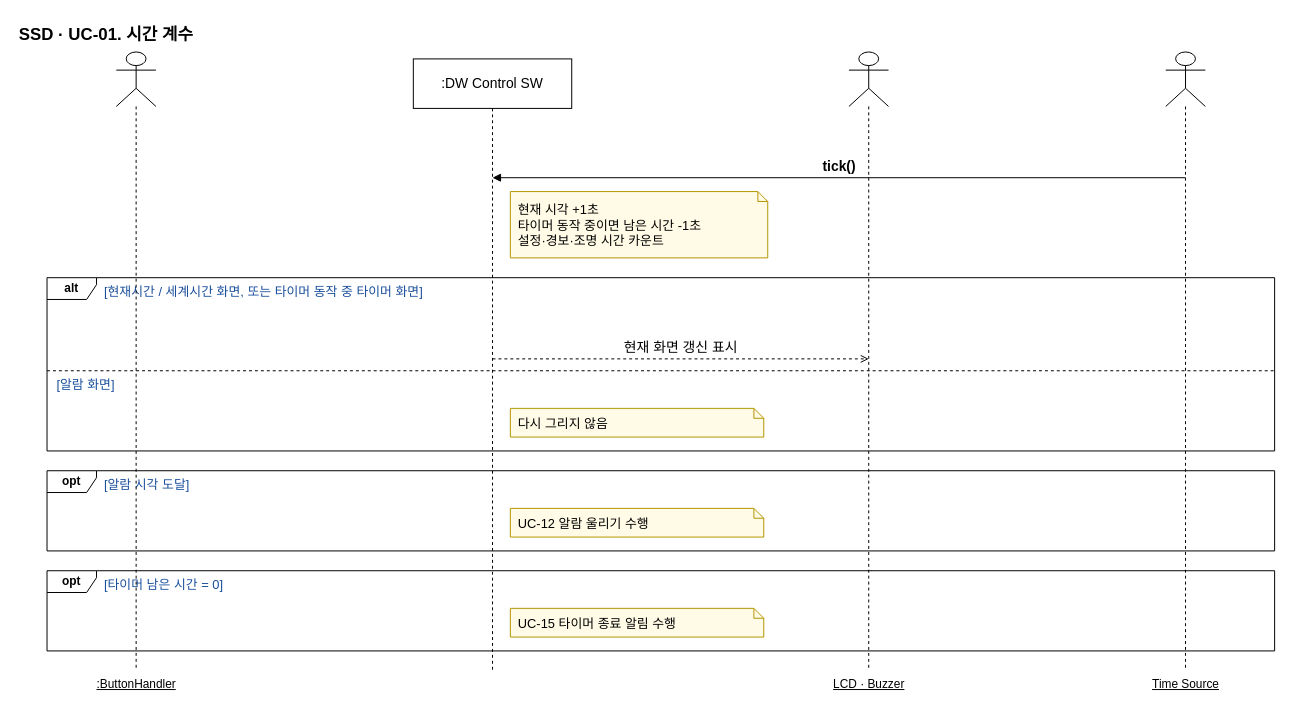
sspring2048/AssoArch keeps this draw.io diagram as page "UC-01" (1 of 12) of docs/OOAD/practice/ssd/DigitalWatch_SSD.drawio. Above is the earlier version. Source tidied: cells renumbered, new cells numbered last; positions are measured from the earlier drawing's top-left corner, leaving out a move shared by most shapes. Both pictures are drawn from the tidied source at 99%, with x=0, y=0 at pixel (17, 17).
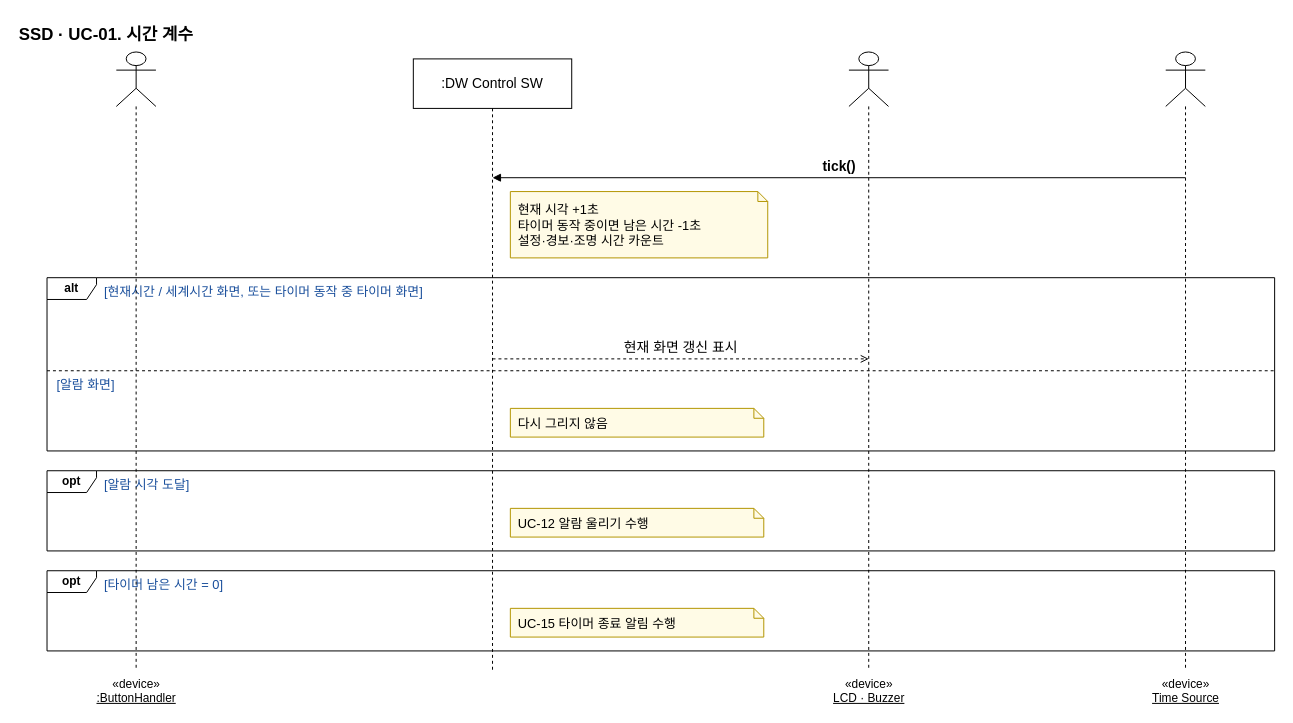
After the change.

Change to the diagram source:
```diff
@@
-    <mxCell id="11" value=":ButtonHandler" style="shape=umlLifeline;participant=umlActor;perimeter=lifelinePerimeter;html=1;size=55;verticalLabelPosition=bottom;verticalAlign=top;fontStyle=4;" parent="1" vertex="1">
+    <mxCell id="11" value="«device»&lt;br&gt;&lt;u&gt;:ButtonHandler&lt;/u&gt;" style="shape=umlLifeline;participant=umlActor;perimeter=lifelinePerimeter;html=1;size=55;verticalLabelPosition=bottom;verticalAlign=top;html=1;" parent="1" vertex="1">
       <mxGeometry x="100" y="35" width="40" height="625" as="geometry" />
     </mxCell>
@@
-    <mxCell id="13" value="LCD · Buzzer" style="shape=umlLifeline;participant=umlActor;perimeter=lifelinePerimeter;html=1;size=55;verticalLabelPosition=bottom;verticalAlign=top;fontStyle=4;" parent="1" vertex="1">
+    <mxCell id="13" value="«device»&lt;br&gt;&lt;u&gt;LCD · Buzzer&lt;/u&gt;" style="shape=umlLifeline;participant=umlActor;perimeter=lifelinePerimeter;html=1;size=55;verticalLabelPosition=bottom;verticalAlign=top;html=1;" parent="1" vertex="1">
       <mxGeometry x="840" y="35" width="40" height="625" as="geometry" />
     </mxCell>
-    <mxCell id="14" value="Time Source" style="shape=umlLifeline;participant=umlActor;perimeter=lifelinePerimeter;html=1;size=55;verticalLabelPosition=bottom;verticalAlign=top;fontStyle=4;" parent="1" vertex="1">
+    <mxCell id="14" value="«device»&lt;br&gt;&lt;u&gt;Time Source&lt;/u&gt;" style="shape=umlLifeline;participant=umlActor;perimeter=lifelinePerimeter;html=1;size=55;verticalLabelPosition=bottom;verticalAlign=top;html=1;" parent="1" vertex="1">
       <mxGeometry x="1160" y="35" width="40" height="625" as="geometry" />
     </mxCell>
```
